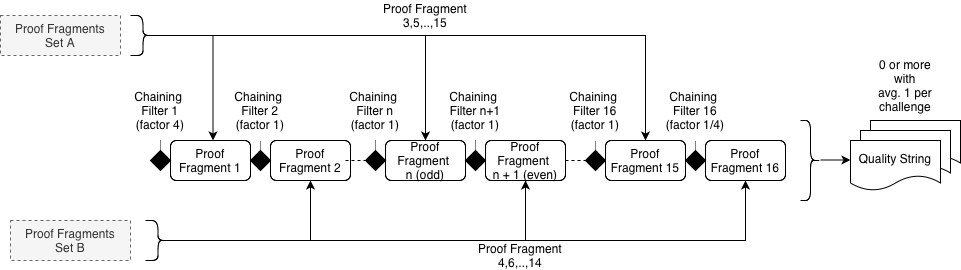
Above: assets/chip-0048/chaining.png in Chia-Network/chips (draw.io), before the change. Source tidied: cells renumbered, new cells last; positions are measured from the earlier drawing's top-left corner, leaving out a move shared by most shapes. Source of this version:
```xml
<mxGraphModel>
  <root>
    <mxCell id="0" />
    <mxCell id="1" parent="0" />
    <mxCell id="2" value="Chaining&amp;nbsp;&lt;div&gt;Filter n&lt;/div&gt;&lt;div&gt;(factor 1)&lt;/div&gt;" style="text;html=1;whiteSpace=wrap;strokeColor=none;fillColor=none;align=center;verticalAlign=middle;rounded=0;" parent="1" vertex="1">
      <mxGeometry x="330" y="80" width="90" height="60" as="geometry" />
    </mxCell>
    <mxCell id="3" value="Chaining&amp;nbsp;&lt;div&gt;Filter 16&lt;/div&gt;&lt;div&gt;(factor 1/4)&lt;/div&gt;" style="text;html=1;whiteSpace=wrap;strokeColor=none;fillColor=none;align=center;verticalAlign=middle;rounded=0;" parent="1" vertex="1">
      <mxGeometry x="650" y="80" width="90" height="60" as="geometry" />
    </mxCell>
    <mxCell id="4" style="edgeStyle=orthogonalEdgeStyle;rounded=0;jettySize=auto;html=1;exitX=0.1;exitY=0.5;exitDx=0;exitDy=0;exitPerimeter=0;entryX=0.5;entryY=0;entryDx=0;entryDy=0;" parent="1" edge="1" source="5">
      <mxGeometry relative="1" as="geometry">
        <mxPoint x="212.5" y="140" as="targetPoint" />
      </mxGeometry>
    </mxCell>
    <mxCell id="5" style="shape=curlyBracket;whiteSpace=wrap;html=1;rounded=1;flipH=1;labelPosition=right;verticalLabelPosition=middle;align=left;verticalAlign=middle;legacyAnchorPoints=0;size=0.5;" parent="1" vertex="1">
      <mxGeometry x="130" y="15" width="25" height="40" as="geometry" />
    </mxCell>
    <mxCell id="6" style="edgeStyle=orthogonalEdgeStyle;rounded=0;jettySize=auto;html=1;exitX=0.1;exitY=0.5;exitDx=0;exitDy=0;exitPerimeter=0;entryX=0.5;entryY=1;entryDx=0;entryDy=0;" parent="1" edge="1" source="8" target="10">
      <mxGeometry relative="1" as="geometry" />
    </mxCell>
    <mxCell id="7" style="edgeStyle=orthogonalEdgeStyle;rounded=0;jettySize=auto;html=1;exitX=0.1;exitY=0.5;exitDx=0;exitDy=0;exitPerimeter=0;entryX=0.5;entryY=1;entryDx=0;entryDy=0;" parent="1" edge="1" source="8" target="13">
      <mxGeometry relative="1" as="geometry" />
    </mxCell>
    <mxCell id="8" style="shape=curlyBracket;whiteSpace=wrap;html=1;rounded=1;flipH=1;labelPosition=right;verticalLabelPosition=middle;align=left;verticalAlign=middle;legacyAnchorPoints=0;" parent="1" vertex="1">
      <mxGeometry x="145" y="220" width="25" height="40" as="geometry" />
    </mxCell>
    <mxCell id="9" value="Proof Fragment 1" style="rounded=1;whiteSpace=wrap;html=1;" parent="1" vertex="1">
      <mxGeometry x="170" y="140" width="80" height="40" as="geometry" />
    </mxCell>
    <mxCell id="10" value="Proof Fragment 2" style="rounded=1;whiteSpace=wrap;html=1;" parent="1" vertex="1">
      <mxGeometry x="270" y="140" width="80" height="40" as="geometry" />
    </mxCell>
    <mxCell id="11" value="Proof Fragment&amp;nbsp;&lt;div&gt;n (odd)&lt;/div&gt;" style="rounded=1;whiteSpace=wrap;html=1;" parent="1" vertex="1">
      <mxGeometry x="385" y="140" width="80" height="40" as="geometry" />
    </mxCell>
    <mxCell id="12" style="edgeStyle=orthogonalEdgeStyle;rounded=0;jettySize=auto;html=1;exitX=1;exitY=0.5;exitDx=0;exitDy=0;endArrow=none;endFill=0;dashed=1;entryX=0;entryY=0.5;entryDx=0;entryDy=0;" parent="1" edge="1" source="13" target="40">
      <mxGeometry relative="1" as="geometry" />
    </mxCell>
    <mxCell id="13" value="Proof Fragment&amp;nbsp;&lt;div&gt;n + 1 (even)&lt;/div&gt;" style="rounded=1;whiteSpace=wrap;html=1;" parent="1" vertex="1">
      <mxGeometry x="485" y="140" width="80" height="40" as="geometry" />
    </mxCell>
    <mxCell id="14" value="&lt;div&gt;Proof Fragment 3,5,..,15&lt;br&gt;&lt;/div&gt;" style="text;html=1;whiteSpace=wrap;strokeColor=none;fillColor=none;align=center;verticalAlign=middle;rounded=0;" parent="1" vertex="1">
      <mxGeometry x="370" width="110" height="30" as="geometry" />
    </mxCell>
    <mxCell id="15" value="&lt;div&gt;Proof Fragment&lt;/div&gt;4,6,..,14" style="text;html=1;whiteSpace=wrap;strokeColor=none;fillColor=none;align=center;verticalAlign=middle;rounded=0;" parent="1" vertex="1">
      <mxGeometry x="475" y="240" width="90" height="30" as="geometry" />
    </mxCell>
    <mxCell id="16" style="rhombus;whiteSpace=wrap;html=1;fillColor=#000000;" parent="1" vertex="1">
      <mxGeometry x="250" y="150" width="20" height="20" as="geometry" />
    </mxCell>
    <mxCell id="17" style="rhombus;whiteSpace=wrap;html=1;fillColor=#000000;" parent="1" vertex="1">
      <mxGeometry x="465" y="150" width="20" height="20" as="geometry" />
    </mxCell>
    <mxCell id="18" value="Proof Fragments&lt;div&gt;Set A&lt;/div&gt;" style="rounded=0;whiteSpace=wrap;html=1;dashed=1;fillColor=#f5f5f5;fontColor=#333333;strokeColor=#666666;" parent="1" vertex="1">
      <mxGeometry y="15" width="120" height="40" as="geometry" />
    </mxCell>
    <mxCell id="19" value="Proof Fragments&lt;div&gt;Set B&lt;/div&gt;" style="rounded=0;whiteSpace=wrap;html=1;dashed=1;fillColor=#f5f5f5;fontColor=#333333;strokeColor=#666666;" parent="1" vertex="1">
      <mxGeometry x="10" y="220" width="120" height="40" as="geometry" />
    </mxCell>
    <mxCell id="20" style="endArrow=none;dashed=1;html=1;rounded=0;entryX=0.5;entryY=1;entryDx=0;entryDy=0;exitX=0.5;exitY=0;exitDx=0;exitDy=0;dashPattern=1 1;" parent="1" edge="1" source="16">
      <mxGeometry relative="1" as="geometry">
        <mxPoint x="260" y="140" as="targetPoint" />
      </mxGeometry>
    </mxCell>
    <mxCell id="21" style="edgeStyle=orthogonalEdgeStyle;rounded=0;jettySize=auto;html=1;exitX=0.5;exitY=1;exitDx=0;exitDy=0;entryX=0.5;entryY=0;entryDx=0;entryDy=0;endArrow=none;endFill=0;dashed=1;dashPattern=1 1;" parent="1" edge="1" target="17">
      <mxGeometry relative="1" as="geometry">
        <mxPoint x="475" y="140" as="sourcePoint" />
      </mxGeometry>
    </mxCell>
    <mxCell id="22" style="shape=curlyBracket;whiteSpace=wrap;html=1;rounded=1;flipH=1;labelPosition=right;verticalLabelPosition=middle;align=left;verticalAlign=middle;legacyAnchorPoints=0;" parent="1" vertex="1">
      <mxGeometry x="800" y="120" width="20" height="80" as="geometry" />
    </mxCell>
    <mxCell id="23" value="Quality String" style="shape=document;whiteSpace=wrap;html=1;boundedLbl=1;" parent="1" vertex="1">
      <mxGeometry x="870" y="120" width="90" height="50" as="geometry" />
    </mxCell>
    <mxCell id="24" value="Quality String" style="shape=document;whiteSpace=wrap;html=1;boundedLbl=1;" parent="1" vertex="1">
      <mxGeometry x="860" y="130" width="90" height="50" as="geometry" />
    </mxCell>
    <mxCell id="25" value="Quality String" style="shape=document;whiteSpace=wrap;html=1;boundedLbl=1;" parent="1" vertex="1">
      <mxGeometry x="850" y="140" width="90" height="50" as="geometry" />
    </mxCell>
    <mxCell id="26" style="endArrow=classic;html=1;rounded=0;" parent="1" edge="1">
      <mxGeometry relative="1" as="geometry">
        <mxPoint x="820" y="159.5" as="sourcePoint" />
        <mxPoint x="850" y="159.5" as="targetPoint" />
      </mxGeometry>
    </mxCell>
    <mxCell id="27" style="rhombus;whiteSpace=wrap;html=1;fillColor=#000000;" parent="1" vertex="1">
      <mxGeometry x="150" y="150" width="20" height="20" as="geometry" />
    </mxCell>
    <mxCell id="28" style="edgeStyle=orthogonalEdgeStyle;rounded=0;jettySize=auto;html=1;exitX=0.5;exitY=1;exitDx=0;exitDy=0;entryX=0.5;entryY=0;entryDx=0;entryDy=0;endArrow=none;endFill=0;dashed=1;dashPattern=1 1;" parent="1" edge="1" source="29" target="27">
      <mxGeometry relative="1" as="geometry" />
    </mxCell>
    <mxCell id="29" value="Chaining&amp;nbsp;&lt;div&gt;Filter 1&lt;/div&gt;&lt;div&gt;(factor 4)&lt;/div&gt;" style="text;html=1;whiteSpace=wrap;strokeColor=none;fillColor=none;align=center;verticalAlign=middle;rounded=0;" parent="1" vertex="1">
      <mxGeometry x="115" y="80" width="90" height="60" as="geometry" />
    </mxCell>
    <mxCell id="30" value="Chaining&amp;nbsp;&lt;div&gt;Filter 2&lt;/div&gt;&lt;div&gt;(factor 1)&lt;/div&gt;" style="text;html=1;whiteSpace=wrap;strokeColor=none;fillColor=none;align=center;verticalAlign=middle;rounded=0;" parent="1" vertex="1">
      <mxGeometry x="215" y="80" width="90" height="60" as="geometry" />
    </mxCell>
    <mxCell id="31" style="edgeStyle=orthogonalEdgeStyle;rounded=0;jettySize=auto;html=1;exitX=1;exitY=0.5;exitDx=0;exitDy=0;entryX=0;entryY=0.5;entryDx=0;entryDy=0;endArrow=none;endFill=0;dashed=1;" parent="1" edge="1" target="32">
      <mxGeometry relative="1" as="geometry">
        <mxPoint x="345" y="160" as="sourcePoint" />
      </mxGeometry>
    </mxCell>
    <mxCell id="32" style="rhombus;whiteSpace=wrap;html=1;fillColor=#000000;" parent="1" vertex="1">
      <mxGeometry x="365" y="150" width="20" height="20" as="geometry" />
    </mxCell>
    <mxCell id="33" style="rhombus;whiteSpace=wrap;html=1;fillColor=#000000;" parent="1" vertex="1">
      <mxGeometry x="685" y="150" width="20" height="20" as="geometry" />
    </mxCell>
    <mxCell id="34" style="endArrow=none;dashed=1;html=1;rounded=0;entryX=0.5;entryY=1;entryDx=0;entryDy=0;exitX=0.5;exitY=0;exitDx=0;exitDy=0;dashPattern=1 1;" parent="1" edge="1" source="33">
      <mxGeometry relative="1" as="geometry">
        <mxPoint x="695" y="140" as="targetPoint" />
      </mxGeometry>
    </mxCell>
    <mxCell id="35" value="Proof Fragment 16" style="rounded=1;whiteSpace=wrap;html=1;" parent="1" vertex="1">
      <mxGeometry x="705" y="140" width="80" height="40" as="geometry" />
    </mxCell>
    <mxCell id="36" style="edgeStyle=orthogonalEdgeStyle;rounded=0;jettySize=auto;html=1;exitX=0.5;exitY=1;exitDx=0;exitDy=0;entryX=0.5;entryY=0;entryDx=0;entryDy=0;dashed=1;dashPattern=1 1;endArrow=none;endFill=0;" parent="1" edge="1" source="2" target="32">
      <mxGeometry relative="1" as="geometry" />
    </mxCell>
    <mxCell id="37" value="Chaining&amp;nbsp;&lt;div&gt;Filter n+1&lt;/div&gt;&lt;div&gt;(factor 1)&lt;/div&gt;" style="text;html=1;whiteSpace=wrap;strokeColor=none;fillColor=none;align=center;verticalAlign=middle;rounded=0;" parent="1" vertex="1">
      <mxGeometry x="430" y="80" width="90" height="60" as="geometry" />
    </mxCell>
    <mxCell id="38" style="edgeStyle=orthogonalEdgeStyle;rounded=0;jettySize=auto;html=1;exitX=0.1;exitY=0.5;exitDx=0;exitDy=0;exitPerimeter=0;entryX=0.5;entryY=0;entryDx=0;entryDy=0;" parent="1" edge="1" source="5" target="11">
      <mxGeometry relative="1" as="geometry" />
    </mxCell>
    <mxCell id="39" value="Chaining&amp;nbsp;&lt;div&gt;Filter 16&lt;/div&gt;&lt;div&gt;(factor 1)&lt;/div&gt;" style="text;html=1;whiteSpace=wrap;strokeColor=none;fillColor=none;align=center;verticalAlign=middle;rounded=0;" parent="1" vertex="1">
      <mxGeometry x="550" y="80" width="90" height="60" as="geometry" />
    </mxCell>
    <mxCell id="40" style="rhombus;whiteSpace=wrap;html=1;fillColor=#000000;" parent="1" vertex="1">
      <mxGeometry x="585" y="150" width="20" height="20" as="geometry" />
    </mxCell>
    <mxCell id="41" style="endArrow=none;dashed=1;html=1;rounded=0;entryX=0.5;entryY=1;entryDx=0;entryDy=0;exitX=0.5;exitY=0;exitDx=0;exitDy=0;dashPattern=1 1;" parent="1" edge="1" source="40">
      <mxGeometry relative="1" as="geometry">
        <mxPoint x="595" y="140" as="targetPoint" />
      </mxGeometry>
    </mxCell>
    <mxCell id="42" value="Proof Fragment 15" style="rounded=1;whiteSpace=wrap;html=1;" parent="1" vertex="1">
      <mxGeometry x="605" y="140" width="80" height="40" as="geometry" />
    </mxCell>
    <mxCell id="43" style="edgeStyle=orthogonalEdgeStyle;rounded=0;jettySize=auto;html=1;exitX=0.1;exitY=0.5;exitDx=0;exitDy=0;exitPerimeter=0;entryX=0.5;entryY=0;entryDx=0;entryDy=0;" parent="1" edge="1" source="5" target="42">
      <mxGeometry relative="1" as="geometry" />
    </mxCell>
    <mxCell id="44" style="edgeStyle=orthogonalEdgeStyle;rounded=0;jettySize=auto;html=1;exitX=0.1;exitY=0.5;exitDx=0;exitDy=0;exitPerimeter=0;entryX=0.5;entryY=1;entryDx=0;entryDy=0;" parent="1" edge="1" source="8" target="35">
      <mxGeometry relative="1" as="geometry" />
    </mxCell>
    <mxCell id="45" value="&lt;div&gt;0 or more&lt;/div&gt;&lt;div&gt;with&lt;/div&gt;avg. 1 per challenge" style="text;html=1;whiteSpace=wrap;strokeColor=none;fillColor=none;align=center;verticalAlign=middle;rounded=0;" parent="1" vertex="1">
      <mxGeometry x="855" y="70" width="100" height="30" as="geometry" />
    </mxCell>
  </root>
</mxGraphModel>
```
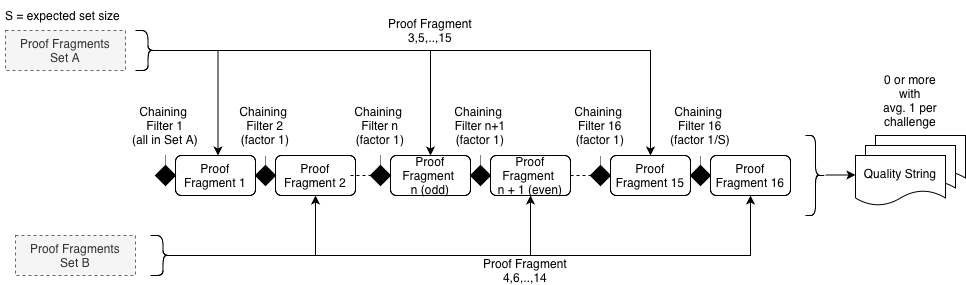
Later version of the same file.

Commit message:
Update chaining diagram

What changed in the source:
```diff
@@ -5,7 +5,7 @@
     <mxCell id="2" value="Chaining&amp;nbsp;&lt;div&gt;Filter n&lt;/div&gt;&lt;div&gt;(factor 1)&lt;/div&gt;" style="text;html=1;whiteSpace=wrap;strokeColor=none;fillColor=none;align=center;verticalAlign=middle;rounded=0;" parent="1" vertex="1">
       <mxGeometry x="330" y="80" width="90" height="60" as="geometry" />
     </mxCell>
-    <mxCell id="3" value="Chaining&amp;nbsp;&lt;div&gt;Filter 16&lt;/div&gt;&lt;div&gt;(factor 1/4)&lt;/div&gt;" style="text;html=1;whiteSpace=wrap;strokeColor=none;fillColor=none;align=center;verticalAlign=middle;rounded=0;" parent="1" vertex="1">
+    <mxCell id="3" value="Chaining&amp;nbsp;&lt;div&gt;Filter 16&lt;/div&gt;&lt;div&gt;(factor 1/S)&lt;/div&gt;" style="text;html=1;whiteSpace=wrap;strokeColor=none;fillColor=none;align=center;verticalAlign=middle;rounded=0;" parent="1" vertex="1">
       <mxGeometry x="650" y="80" width="90" height="60" as="geometry" />
     </mxCell>
     <mxCell id="4" style="edgeStyle=orthogonalEdgeStyle;rounded=0;jettySize=auto;html=1;exitX=0.1;exitY=0.5;exitDx=0;exitDy=0;exitPerimeter=0;entryX=0.5;entryY=0;entryDx=0;entryDy=0;" parent="1" edge="1" source="5">
@@ -92,7 +92,7 @@
     <mxCell id="28" style="edgeStyle=orthogonalEdgeStyle;rounded=0;jettySize=auto;html=1;exitX=0.5;exitY=1;exitDx=0;exitDy=0;entryX=0.5;entryY=0;entryDx=0;entryDy=0;endArrow=none;endFill=0;dashed=1;dashPattern=1 1;" parent="1" edge="1" source="29" target="27">
       <mxGeometry relative="1" as="geometry" />
     </mxCell>
-    <mxCell id="29" value="Chaining&amp;nbsp;&lt;div&gt;Filter 1&lt;/div&gt;&lt;div&gt;(factor 4)&lt;/div&gt;" style="text;html=1;whiteSpace=wrap;strokeColor=none;fillColor=none;align=center;verticalAlign=middle;rounded=0;" parent="1" vertex="1">
+    <mxCell id="29" value="Chaining&amp;nbsp;&lt;div&gt;Filter 1&lt;/div&gt;&lt;div&gt;(all in Set A)&lt;/div&gt;" style="text;html=1;whiteSpace=wrap;strokeColor=none;fillColor=none;align=center;verticalAlign=middle;rounded=0;" parent="1" vertex="1">
       <mxGeometry x="115" y="80" width="90" height="60" as="geometry" />
     </mxCell>
     <mxCell id="30" value="Chaining&amp;nbsp;&lt;div&gt;Filter 2&lt;/div&gt;&lt;div&gt;(factor 1)&lt;/div&gt;" style="text;html=1;whiteSpace=wrap;strokeColor=none;fillColor=none;align=center;verticalAlign=middle;rounded=0;" parent="1" vertex="1">
@@ -149,5 +149,8 @@
     <mxCell id="45" value="&lt;div&gt;0 or more&lt;/div&gt;&lt;div&gt;with&lt;/div&gt;avg. 1 per challenge" style="text;html=1;whiteSpace=wrap;strokeColor=none;fillColor=none;align=center;verticalAlign=middle;rounded=0;" parent="1" vertex="1">
       <mxGeometry x="855" y="70" width="100" height="30" as="geometry" />
     </mxCell>
+    <mxCell id="46" value="S = expected set size" style="text;html=1;whiteSpace=wrap;strokeColor=none;fillColor=none;align=center;verticalAlign=middle;rounded=0;" parent="1" vertex="1">
+      <mxGeometry x="-5" y="-15" width="125" height="30" as="geometry" />
+    </mxCell>
   </root>
 </mxGraphModel>
```
